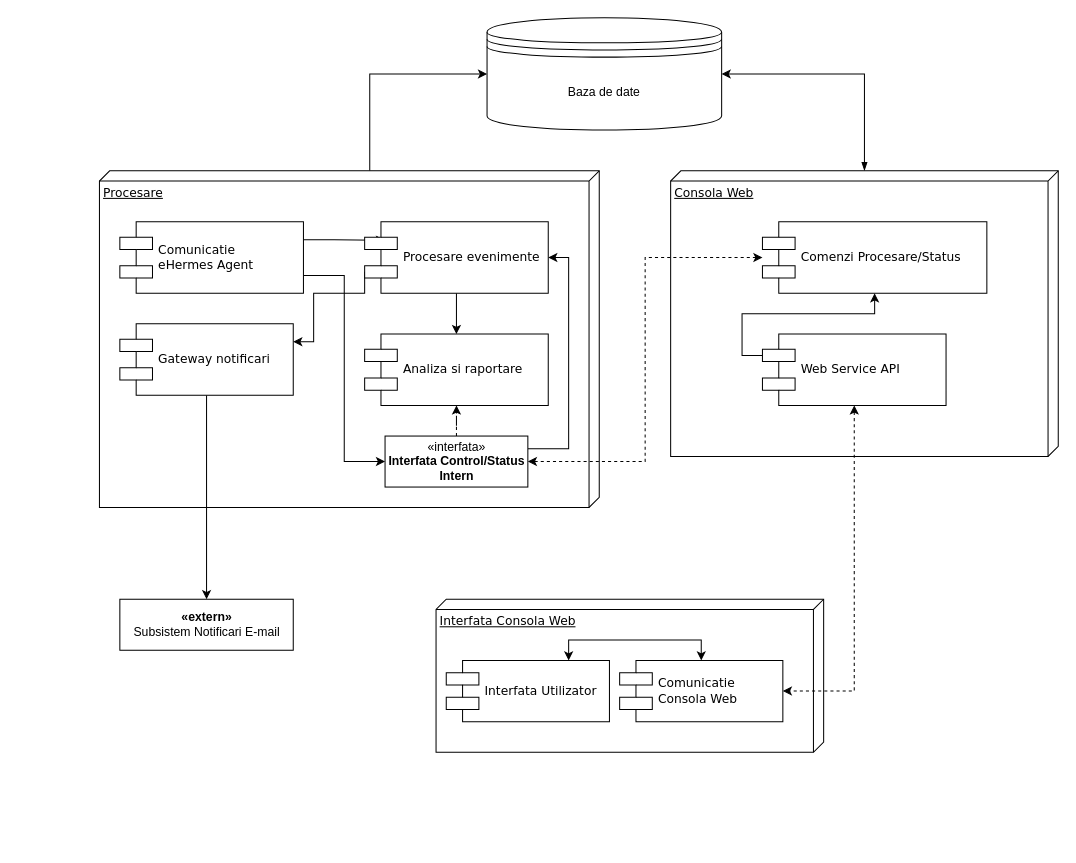
alexboia/TeleFisPay keeps this draw.io diagram as docs/TFP_ServerArchitecture.drawio. Above is the earlier version. Source tidied: cells renumbered, new cells numbered last; positions are measured from the earlier drawing's top-left corner, leaving out a move shared by most shapes. Both pictures are drawn from the tidied source at 102%, with x=0, y=0 at pixel (99, 17).
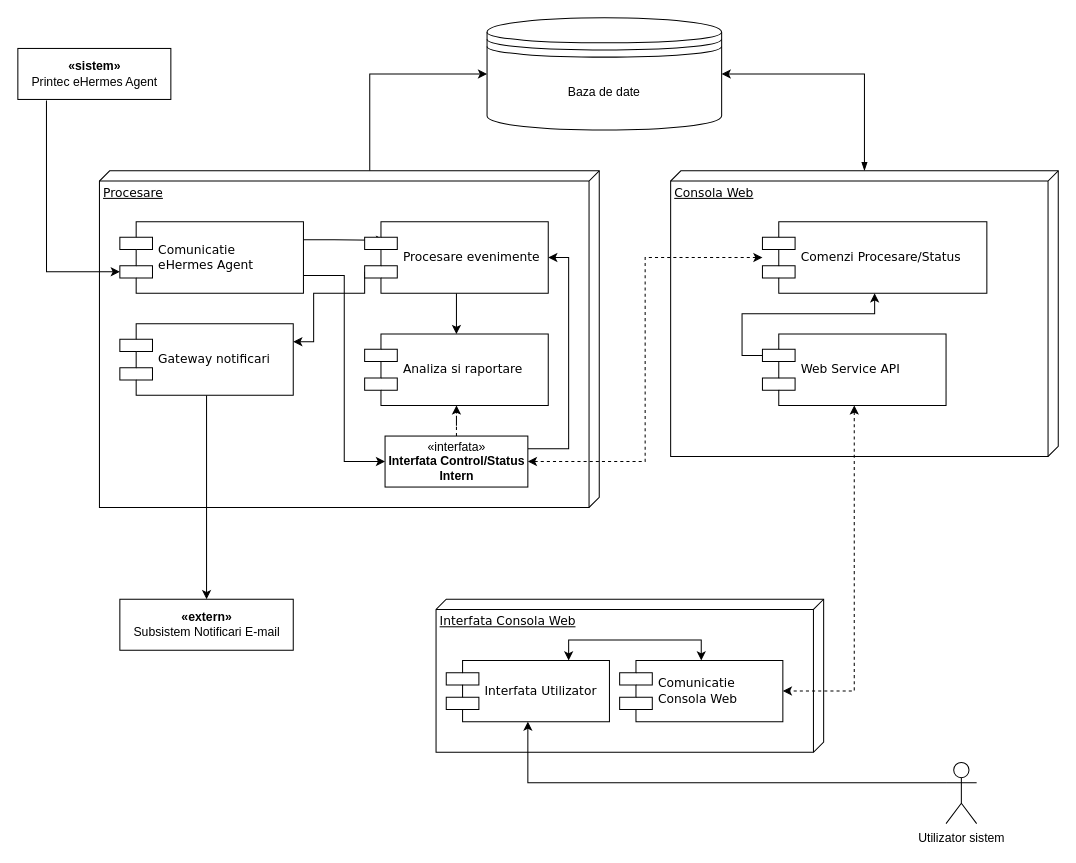
The same page after the edit.

The change refers to these unchanged cells:
```xml
<mxCell id="9" value="Comunicatie &lt;br&gt;eHermes Agent" style="shape=component;align=left;spacingLeft=36;rounded=0;shadow=0;comic=0;labelBackgroundColor=none;strokeWidth=1;fontFamily=Verdana;fontSize=12;html=1;" parent="1" vertex="1">
  <mxGeometry x="20" y="200" width="180" height="70" as="geometry" />
</mxCell>
<mxCell id="11" value="&lt;div&gt;Interfata Utilizator&lt;/div&gt;" style="shape=component;align=left;spacingLeft=36;rounded=0;shadow=0;comic=0;labelBackgroundColor=none;strokeWidth=1;fontFamily=Verdana;fontSize=12;html=1;" parent="1" vertex="1">
  <mxGeometry x="340" y="630" width="160" height="60" as="geometry" />
</mxCell>
```

Change to the diagram source:
```diff
@@
+    <mxCell id="29" style="edgeStyle=orthogonalEdgeStyle;rounded=0;jettySize=auto;html=1;exitX=0;exitY=0.3333333333333333;exitDx=0;exitDy=0;exitPerimeter=0;startArrow=none;startFill=0;" parent="1" edge="1" source="30" target="11">
+      <mxGeometry relative="1" as="geometry" />
+    </mxCell>
+    <mxCell id="30" value="Utilizator sistem" style="shape=umlActor;verticalLabelPosition=bottom;verticalAlign=top;html=1;" parent="1" vertex="1">
+      <mxGeometry x="830" y="730" width="30" height="60" as="geometry" />
+    </mxCell>
+    <mxCell id="31" style="edgeStyle=orthogonalEdgeStyle;rounded=0;jettySize=auto;html=1;entryX=0;entryY=0.7;entryDx=0;entryDy=0;startArrow=none;startFill=0;exitX=0.187;exitY=1.02;exitDx=0;exitDy=0;exitPerimeter=0;" parent="1" edge="1" source="32" target="9">
+      <mxGeometry relative="1" as="geometry" />
+    </mxCell>
+    <mxCell id="32" value="&lt;div&gt;&lt;b&gt;«sistem»&lt;/b&gt;&lt;/div&gt;&lt;div&gt;Printec eHermes Agent&lt;/div&gt;" style="html=1;" parent="1" vertex="1">
+      <mxGeometry x="-80" y="30" width="150" height="50" as="geometry" />
+    </mxCell>
```
